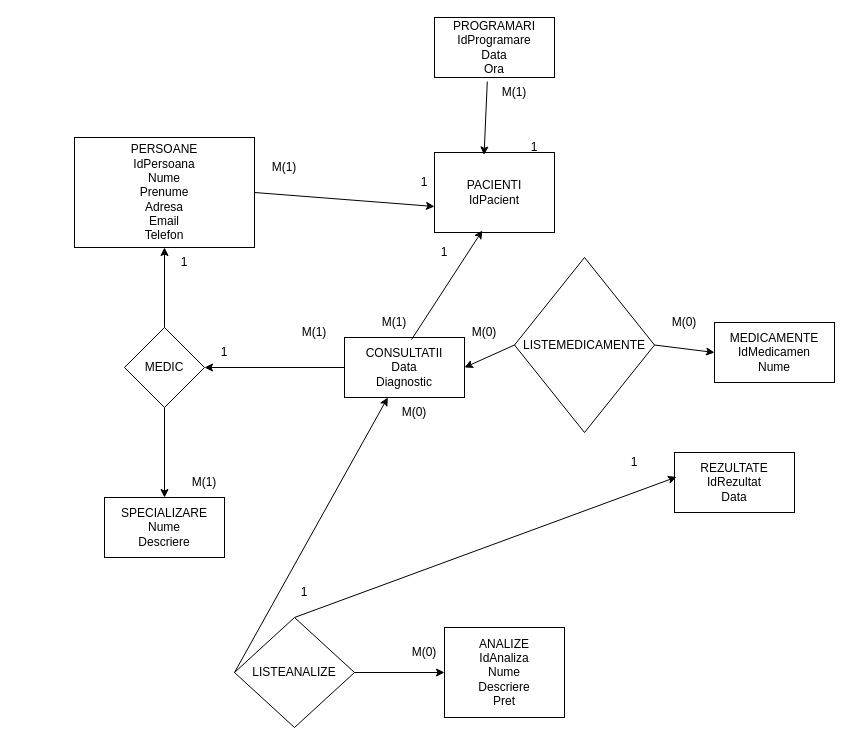
Earlier version of the draw.io diagram Diagrama ERD.drawio (AdrianBaca/Digitalizare). Source tidied: cells renumbered, new cells numbered last; positions are measured from the earlier drawing's top-left corner, leaving out a move shared by most shapes. Both pictures are drawn from the tidied source at 100%, with x=0, y=0 at pixel (74, 17).
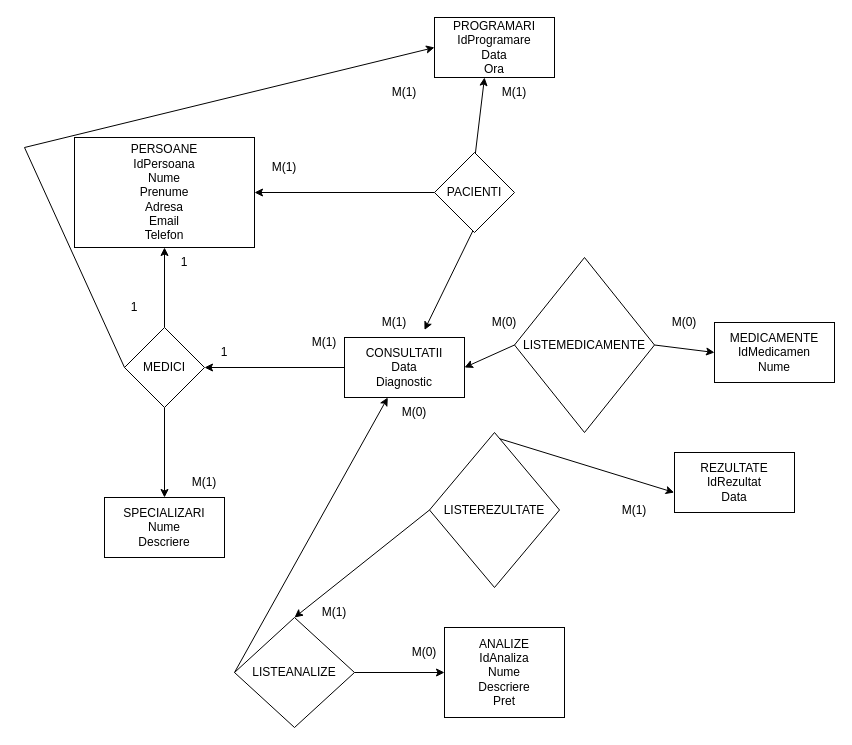
Above is the later version.

The change refers to these unchanged cells:
```xml
<mxCell id="2" value="PERSOANE&lt;br&gt;IdPersoana&lt;br&gt;Nume&lt;br&gt;Prenume&lt;br&gt;Adresa&lt;br&gt;Email&lt;br&gt;Telefon" style="rounded=0;whiteSpace=wrap;html=1;" parent="1" vertex="1">
  <mxGeometry y="120" width="180" height="110" as="geometry" />
</mxCell>
<mxCell id="10" value="PROGRAMARI&lt;br&gt;IdProgramare&lt;br&gt;Data&lt;br&gt;Ora" style="rounded=0;whiteSpace=wrap;html=1;" parent="1" vertex="1">
  <mxGeometry x="360" width="120" height="60" as="geometry" />
</mxCell>
<mxCell id="11" value="CONSULTATII&lt;br&gt;Data&lt;br&gt;Diagnostic&lt;br&gt;" style="rounded=0;whiteSpace=wrap;html=1;" parent="1" vertex="1">
  <mxGeometry x="270" y="320" width="120" height="60" as="geometry" />
</mxCell>
<mxCell id="14" value="REZULTATE&lt;br&gt;IdRezultat&lt;br&gt;Data" style="rounded=0;whiteSpace=wrap;html=1;" parent="1" vertex="1">
  <mxGeometry x="600" y="435" width="120" height="60" as="geometry" />
</mxCell>
<mxCell id="26" value="LISTEANALIZE" style="rhombus;whiteSpace=wrap;html=1;" parent="1" vertex="1">
  <mxGeometry x="160" y="600" width="120" height="110" as="geometry" />
</mxCell>
<mxCell id="37" value="M(1)" style="text;html=1;strokeColor=none;fillColor=none;align=center;verticalAlign=middle;whiteSpace=wrap;rounded=0;" parent="1" vertex="1">
  <mxGeometry x="410" y="60" width="60" height="30" as="geometry" />
</mxCell>
<mxCell id="38" value="M(1)" style="text;html=1;strokeColor=none;fillColor=none;align=center;verticalAlign=middle;whiteSpace=wrap;rounded=0;" parent="1" vertex="1">
  <mxGeometry x="290" y="290" width="60" height="30" as="geometry" />
</mxCell>
```

The edit, as a diff of the source:
```diff
@@
-    <mxCell id="3" value="SPECIALIZARE&lt;br&gt;Nume&lt;br&gt;Descriere" style="rounded=0;whiteSpace=wrap;html=1;" parent="1" vertex="1">
+    <mxCell id="3" value="SPECIALIZARI&lt;br&gt;Nume&lt;br&gt;Descriere" style="rounded=0;whiteSpace=wrap;html=1;" parent="1" vertex="1">
       <mxGeometry x="30" y="480" width="120" height="60" as="geometry" />
     </mxCell>
-    <mxCell id="4" value="PACIENTI&lt;br&gt;IdPacient" style="rounded=0;whiteSpace=wrap;html=1;" parent="1" vertex="1">
-      <mxGeometry x="360" y="135" width="120" height="80" as="geometry" />
-    </mxCell>
@@
-    <mxCell id="7" value="MEDIC&lt;br&gt;" style="rhombus;whiteSpace=wrap;html=1;" parent="1" vertex="1">
+    <mxCell id="7" value="MEDICI" style="rhombus;whiteSpace=wrap;html=1;" parent="1" vertex="1">
       <mxGeometry x="50" y="310" width="80" height="80" as="geometry" />
     </mxCell>
@@
-    <mxCell id="15" value="1" style="text;html=1;strokeColor=none;fillColor=none;align=center;verticalAlign=middle;whiteSpace=wrap;rounded=0;" parent="1" vertex="1">
-      <mxGeometry x="320" y="150" width="60" height="30" as="geometry" />
-    </mxCell>
-    <mxCell id="16" style="endArrow=classic;html=1;rounded=0;exitX=1;exitY=0.5;exitDx=0;exitDy=0;entryX=0;entryY=0.675;entryDx=0;entryDy=0;entryPerimeter=0;" parent="1" edge="1" source="2" target="4">
+    <mxCell id="16" style="endArrow=classic;html=1;rounded=0;exitX=0;exitY=0.5;exitDx=0;exitDy=0;entryX=1;entryY=0.5;entryDx=0;entryDy=0;" parent="1" edge="1" source="48" target="2">
       <mxGeometry relative="1" as="geometry" />
     </mxCell>
@@
     <mxCell id="19" value="M(1)" style="text;html=1;strokeColor=none;fillColor=none;align=center;verticalAlign=middle;whiteSpace=wrap;rounded=0;" parent="1" vertex="1">
-      <mxGeometry x="210" y="300" width="60" height="30" as="geometry" />
+      <mxGeometry x="230" y="580" width="60" height="30" as="geometry" />
     </mxCell>
@@
-    <mxCell id="24" value="M(0)" style="text;html=1;strokeColor=none;fillColor=none;align=center;verticalAlign=middle;whiteSpace=wrap;rounded=0;" parent="1" vertex="1">
-      <mxGeometry x="380" y="300" width="60" height="30" as="geometry" />
-    </mxCell>
@@
-    <mxCell id="31" style="endArrow=classic;html=1;rounded=0;exitX=0.5;exitY=0;exitDx=0;exitDy=0;entryX=0.017;entryY=0.408;entryDx=0;entryDy=0;entryPerimeter=0;" parent="1" edge="1" source="26" target="14">
-      <mxGeometry relative="1" as="geometry" />
-    </mxCell>
-    <mxCell id="32" value="1" style="text;html=1;strokeColor=none;fillColor=none;align=center;verticalAlign=middle;whiteSpace=wrap;rounded=0;" parent="1" vertex="1">
-      <mxGeometry x="200" y="560" width="60" height="30" as="geometry" />
-    </mxCell>
-    <mxCell id="33" value="1" style="text;html=1;strokeColor=none;fillColor=none;align=center;verticalAlign=middle;whiteSpace=wrap;rounded=0;" parent="1" vertex="1">
-      <mxGeometry x="530" y="430" width="60" height="30" as="geometry" />
-    </mxCell>
-    <mxCell id="34" style="endArrow=classic;html=1;rounded=0;entryX=0.399;entryY=0.975;entryDx=0;entryDy=0;entryPerimeter=0;exitX=0.558;exitY=0.036;exitDx=0;exitDy=0;exitPerimeter=0;" parent="1" edge="1" source="11" target="4">
+    <mxCell id="34" style="endArrow=classic;html=1;rounded=0;exitX=0.5;exitY=0.937;exitDx=0;exitDy=0;exitPerimeter=0;entryX=1;entryY=0.75;entryDx=0;entryDy=0;" parent="1" edge="1" source="48" target="38">
       <mxGeometry relative="1" as="geometry" />
     </mxCell>
-    <mxCell id="35" style="endArrow=classic;html=1;rounded=0;exitX=0.44;exitY=1.069;exitDx=0;exitDy=0;exitPerimeter=0;entryX=0.413;entryY=0.031;entryDx=0;entryDy=0;entryPerimeter=0;" parent="1" edge="1" source="10" target="4">
+    <mxCell id="35" style="endArrow=classic;html=1;rounded=0;entryX=0;entryY=0;entryDx=0;entryDy=0;exitX=0.504;exitY=0.069;exitDx=0;exitDy=0;exitPerimeter=0;" parent="1" edge="1" source="48" target="37">
       <mxGeometry relative="1" as="geometry" />
     </mxCell>
-    <mxCell id="36" value="1" style="text;html=1;strokeColor=none;fillColor=none;align=center;verticalAlign=middle;whiteSpace=wrap;rounded=0;" parent="1" vertex="1">
-      <mxGeometry x="340" y="220" width="60" height="30" as="geometry" />
-    </mxCell>
@@
-    <mxCell id="39" value="1" style="text;html=1;strokeColor=none;fillColor=none;align=center;verticalAlign=middle;whiteSpace=wrap;rounded=0;" parent="1" vertex="1">
-      <mxGeometry x="430" y="115" width="60" height="30" as="geometry" />
-    </mxCell>
+    <mxCell id="40" style="endArrow=classic;html=1;rounded=0;entryX=0.5;entryY=0;entryDx=0;entryDy=0;exitX=0;exitY=0.5;exitDx=0;exitDy=0;" parent="1" edge="1" source="44" target="26">
+      <mxGeometry relative="1" as="geometry" />
+    </mxCell>
+    <mxCell id="41" value="M(1)" style="text;html=1;strokeColor=none;fillColor=none;align=center;verticalAlign=middle;whiteSpace=wrap;rounded=0;" parent="1" vertex="1">
+      <mxGeometry x="220" y="310" width="60" height="30" as="geometry" />
+    </mxCell>
+    <mxCell id="42" style="endArrow=classic;html=1;rounded=0;exitX=0.508;exitY=0.032;exitDx=0;exitDy=0;exitPerimeter=0;entryX=-0.003;entryY=0.667;entryDx=0;entryDy=0;entryPerimeter=0;" parent="1" edge="1" source="44" target="14">
+      <mxGeometry relative="1" as="geometry" />
+    </mxCell>
+    <mxCell id="43" value="M(1)" style="text;html=1;strokeColor=none;fillColor=none;align=center;verticalAlign=middle;whiteSpace=wrap;rounded=0;" parent="1" vertex="1">
+      <mxGeometry x="530" y="477.5" width="60" height="30" as="geometry" />
+    </mxCell>
+    <mxCell id="44" value="LISTEREZULTATE" style="rhombus;whiteSpace=wrap;html=1;" parent="1" vertex="1">
+      <mxGeometry x="355" y="415" width="130" height="155" as="geometry" />
+    </mxCell>
+    <mxCell id="45" style="endArrow=classic;html=1;rounded=0;entryX=0;entryY=0.5;entryDx=0;entryDy=0;exitX=0;exitY=0.5;exitDx=0;exitDy=0;" parent="1" edge="1" source="7" target="10">
+      <mxGeometry relative="1" as="geometry">
+        <Array as="points">
+          <mxPoint x="-50" y="130" />
+        </Array>
+      </mxGeometry>
+    </mxCell>
+    <mxCell id="46" value="1" style="text;html=1;strokeColor=none;fillColor=none;align=center;verticalAlign=middle;whiteSpace=wrap;rounded=0;" parent="1" vertex="1">
+      <mxGeometry x="30" y="275" width="60" height="30" as="geometry" />
+    </mxCell>
+    <mxCell id="47" value="M(1)" style="text;html=1;strokeColor=none;fillColor=none;align=center;verticalAlign=middle;whiteSpace=wrap;rounded=0;" parent="1" vertex="1">
+      <mxGeometry x="300" y="60" width="60" height="30" as="geometry" />
+    </mxCell>
+    <mxCell id="48" value="PACIENTI" style="rhombus;whiteSpace=wrap;html=1;" parent="1" vertex="1">
+      <mxGeometry x="360" y="135" width="80" height="80" as="geometry" />
+    </mxCell>
+    <mxCell id="24" value="M(0)" style="text;html=1;strokeColor=none;fillColor=none;align=center;verticalAlign=middle;whiteSpace=wrap;rounded=0;" parent="1" vertex="1">
+      <mxGeometry x="400" y="290" width="60" height="30" as="geometry" />
+    </mxCell>
```
